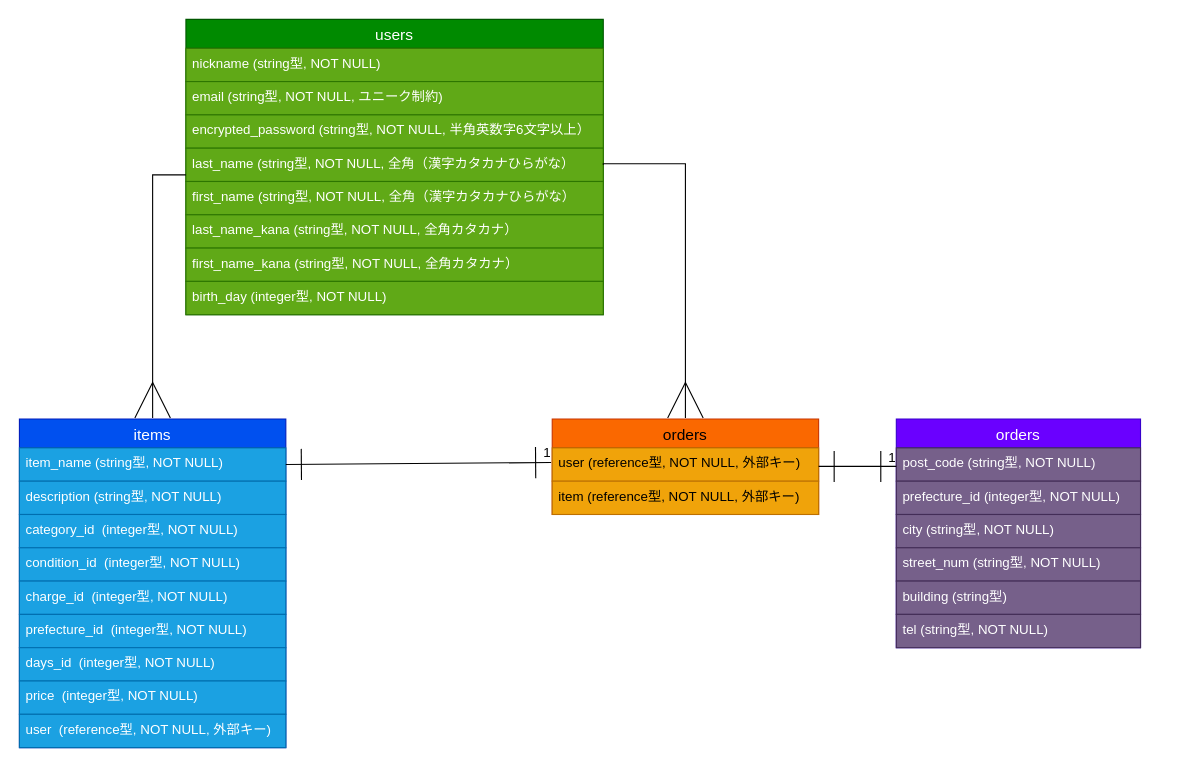
This is er.dio from bandaid0625/furima-38930, a draw.io file, before an edit. Source tidied: cells renumbered, new cells numbered last; positions are measured from the earlier drawing's top-left corner, leaving out a move shared by most shapes. Both pictures are drawn from the tidied source at 111%, with x=0, y=0 at pixel (19, 19).
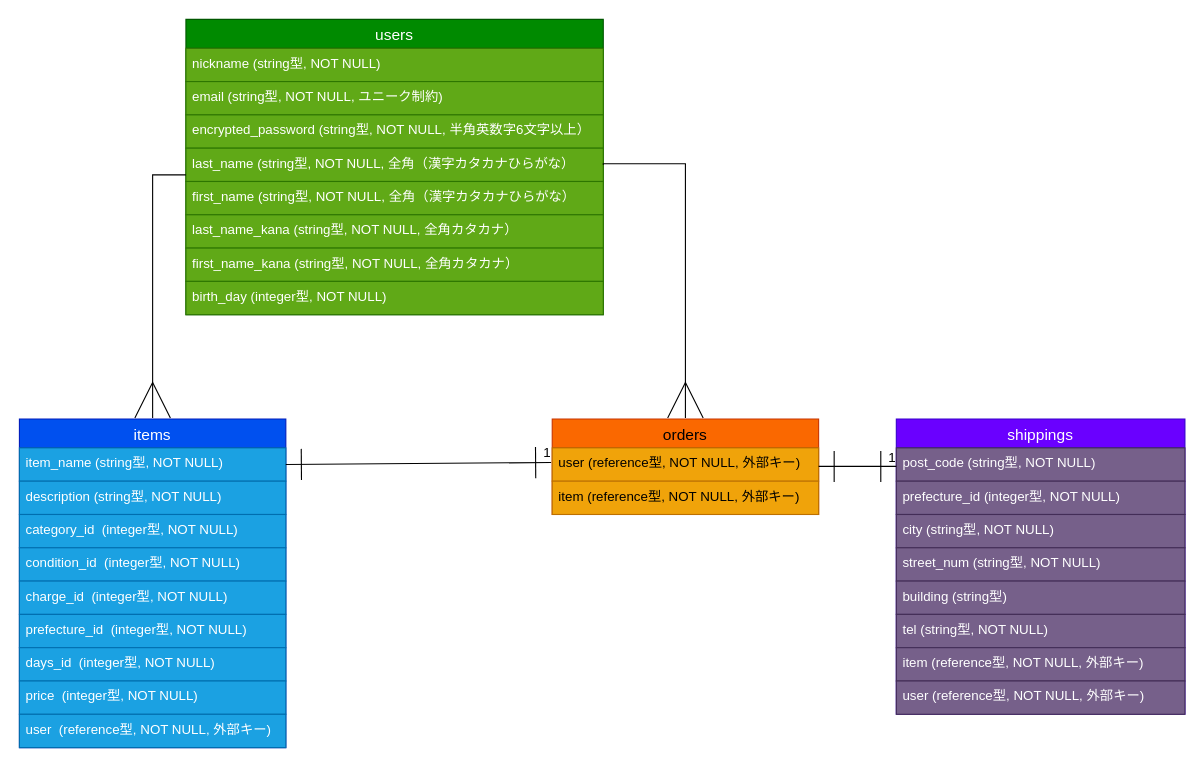
After the change.

Diff of the diagram source:
```diff
@@
-<mxGraphModel>
+<mxGraphModel background="#ffffff">
@@
-    <mxCell id="21" value="orders" style="swimlane;fontStyle=0;horizontal=1;startSize=26;align=center;fontSize=14;rounded=0;fillColor=#6a00ff;fontColor=#ffffff;strokeColor=#3700CC;" parent="1" vertex="1">
-      <mxGeometry x="790" y="360" width="220" height="206" as="geometry" />
+    <mxCell id="21" value="shippings" style="swimlane;fontStyle=0;horizontal=1;startSize=26;align=center;fontSize=14;rounded=0;fillColor=#6a00ff;fontColor=#ffffff;strokeColor=#3700CC;labelBackgroundColor=none;" parent="1" vertex="1">
+      <mxGeometry x="790" y="360" width="260" height="266" as="geometry" />
     </mxCell>
     <mxCell id="22" value="post_code (string型, NOT NULL)" style="text;strokeColor=#432D57;fillColor=#76608a;spacingLeft=4;spacingRight=4;overflow=hidden;fontSize=12;rounded=0;fontColor=#ffffff;" parent="21" vertex="1">
-      <mxGeometry y="26" width="220" height="30" as="geometry" />
+      <mxGeometry y="26" width="260" height="30" as="geometry" />
     </mxCell>
     <mxCell id="23" value="prefecture_id (integer型, NOT NULL)" style="text;strokeColor=#432D57;fillColor=#76608a;spacingLeft=4;spacingRight=4;overflow=hidden;fontSize=12;rounded=0;fontColor=#ffffff;" parent="21" vertex="1">
-      <mxGeometry y="56" width="220" height="30" as="geometry" />
+      <mxGeometry y="56" width="260" height="30" as="geometry" />
     </mxCell>
     <mxCell id="24" value="city (string型, NOT NULL)" style="text;strokeColor=#432D57;fillColor=#76608a;spacingLeft=4;spacingRight=4;overflow=hidden;fontSize=12;rounded=0;fontColor=#ffffff;" parent="21" vertex="1">
-      <mxGeometry y="86" width="220" height="30" as="geometry" />
+      <mxGeometry y="86" width="260" height="30" as="geometry" />
     </mxCell>
     <mxCell id="25" value="street_num (string型, NOT NULL)" style="text;strokeColor=#432D57;fillColor=#76608a;spacingLeft=4;spacingRight=4;overflow=hidden;fontSize=12;rounded=0;fontColor=#ffffff;" parent="21" vertex="1">
-      <mxGeometry y="116" width="220" height="30" as="geometry" />
+      <mxGeometry y="116" width="260" height="30" as="geometry" />
     </mxCell>
     <mxCell id="26" value="building (string型)" style="text;strokeColor=#432D57;fillColor=#76608a;spacingLeft=4;spacingRight=4;overflow=hidden;fontSize=12;rounded=0;fontColor=#ffffff;" parent="21" vertex="1">
-      <mxGeometry y="146" width="220" height="30" as="geometry" />
+      <mxGeometry y="146" width="260" height="30" as="geometry" />
     </mxCell>
     <mxCell id="27" value="tel (string型, NOT NULL)" style="text;strokeColor=#432D57;fillColor=#76608a;spacingLeft=4;spacingRight=4;overflow=hidden;fontSize=12;rounded=0;fontColor=#ffffff;" parent="21" vertex="1">
-      <mxGeometry y="176" width="220" height="30" as="geometry" />
+      <mxGeometry y="176" width="260" height="30" as="geometry" />
     </mxCell>
+    <mxCell id="37" value="item (reference型, NOT NULL, 外部キー)" style="text;strokeColor=#432D57;fillColor=#76608a;spacingLeft=4;spacingRight=4;overflow=hidden;fontSize=12;rounded=0;fontColor=#ffffff;" parent="21" vertex="1">
+      <mxGeometry y="206" width="260" height="30" as="geometry" />
+    </mxCell>
+    <mxCell id="38" value="user (reference型, NOT NULL, 外部キー)" style="text;strokeColor=#432D57;fillColor=#76608a;spacingLeft=4;spacingRight=4;overflow=hidden;fontSize=12;rounded=0;fontColor=#ffffff;" parent="21" vertex="1">
+      <mxGeometry y="236" width="260" height="30" as="geometry" />
+    </mxCell>
```
